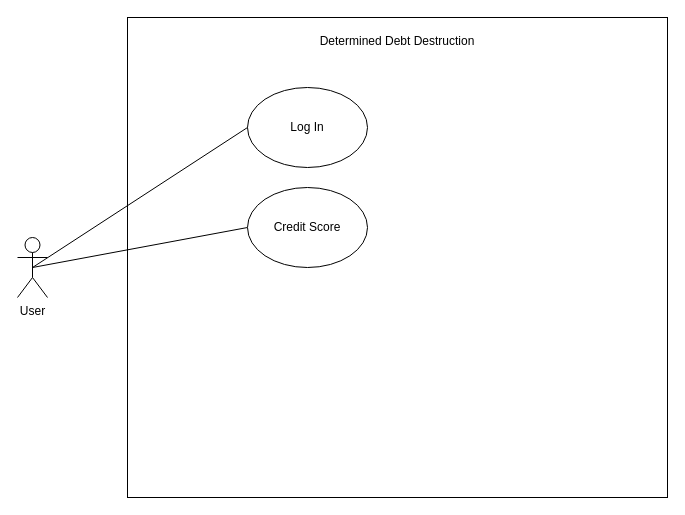
Earlier version of the draw.io diagram Use Case Diagram - Other.drawio (PatrickMcDougle/CSE682-Software-Engineering-Project). Source tidied: cells renumbered, new cells numbered last; positions are measured from the earlier drawing's top-left corner, leaving out a move shared by most shapes. Both pictures are drawn from the tidied source at 100%, with x=0, y=0 at pixel (17, 17).
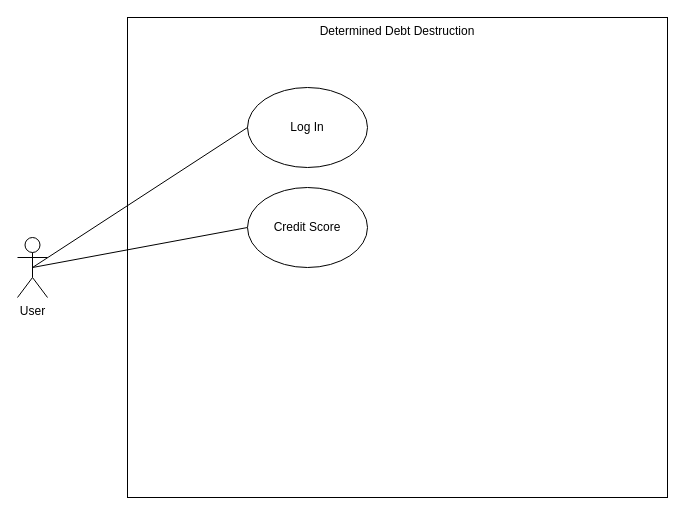
The same diagram, later.

The edit, as a diff of the source:
```diff
@@
 <mxGraphModel>
   <root>
     <mxCell id="0" />
     <mxCell id="1" parent="0" />
-    <mxCell id="2" value="Determined Debt Destruction&lt;br&gt;&lt;br&gt;&lt;br&gt;&lt;br&gt;&lt;br&gt;&lt;br&gt;&lt;br&gt;&lt;br&gt;&lt;br&gt;&lt;br&gt;&lt;br&gt;&lt;br&gt;&lt;br&gt;&lt;br&gt;&lt;br&gt;&lt;br&gt;&lt;br&gt;&lt;br&gt;&lt;br&gt;&lt;br&gt;&lt;br&gt;&lt;br&gt;&lt;br&gt;&lt;br&gt;&lt;br&gt;&lt;br&gt;&lt;br&gt;&lt;br&gt;&lt;br&gt;&lt;br&gt;&lt;br&gt;" style="rounded=0;whiteSpace=wrap;html=1;" parent="1" vertex="1">
+    <mxCell id="2" value="Determined Debt Destruction" style="rounded=0;whiteSpace=wrap;html=1;verticalAlign=top;" parent="1" vertex="1">
       <mxGeometry x="110" width="540" height="480" as="geometry" />
     </mxCell>
     <mxCell id="3" value="User" style="shape=umlActor;verticalLabelPosition=bottom;verticalAlign=top;html=1;outlineConnect=0;" parent="1" vertex="1">
       <mxGeometry y="220" width="30" height="60" as="geometry" />
     </mxCell>
     <mxCell id="4" value="Log In" style="ellipse;whiteSpace=wrap;html=1;" parent="1" vertex="1">
       <mxGeometry x="230" y="70" width="120" height="80" as="geometry" />
     </mxCell>
     <mxCell id="5" style="endArrow=none;html=1;exitX=0.5;exitY=0.5;exitDx=0;exitDy=0;exitPerimeter=0;entryX=0;entryY=0.5;entryDx=0;entryDy=0;" parent="1" edge="1" source="3" target="4">
       <mxGeometry relative="1" as="geometry" />
     </mxCell>
     <mxCell id="6" style="endArrow=none;html=1;exitX=0.5;exitY=0.5;exitDx=0;exitDy=0;exitPerimeter=0;entryX=0;entryY=0.5;entryDx=0;entryDy=0;" parent="1" edge="1" source="3" target="7">
       <mxGeometry relative="1" as="geometry" />
     </mxCell>
     <mxCell id="7" value="Credit Score" style="ellipse;whiteSpace=wrap;html=1;" parent="1" vertex="1">
       <mxGeometry x="230" y="170" width="120" height="80" as="geometry" />
     </mxCell>
   </root>
 </mxGraphModel>
```
